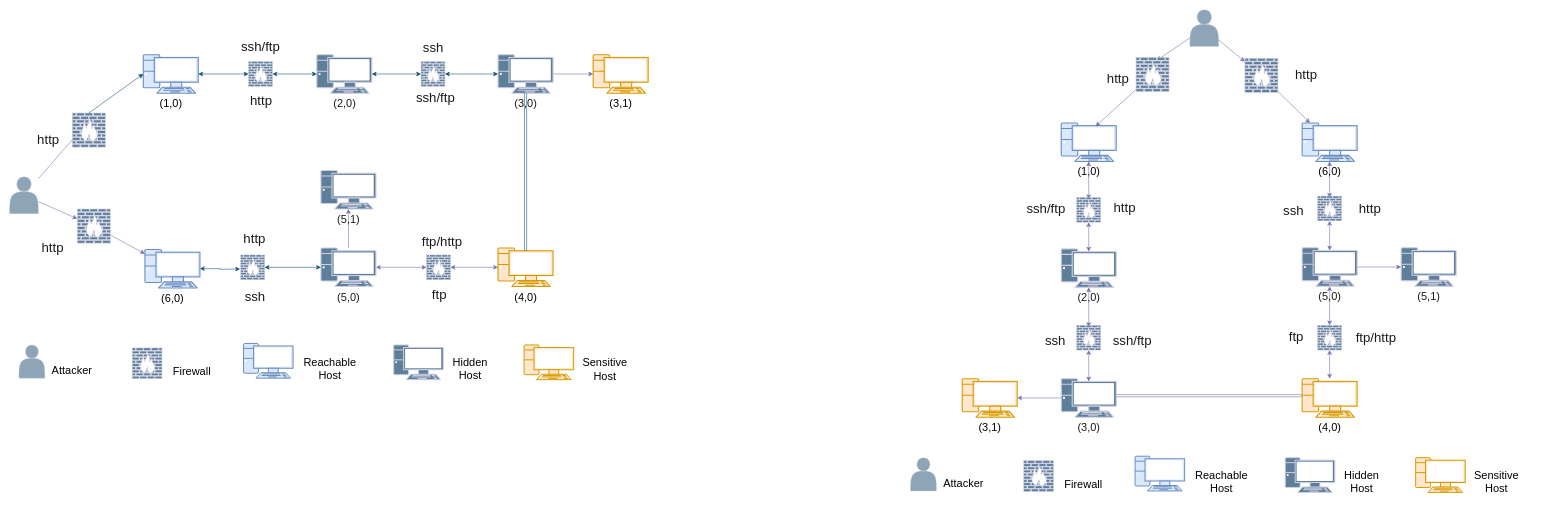
Before: 网络拓扑图.drawio in LaanTuring/MyFirst, a draw.io diagram. Source tidied: cells renumbered, new cells numbered last; positions are measured from the earlier drawing's top-left corner, leaving out a move shared by most shapes. Both pictures are drawn from the tidied source at 55%, with x=0, y=0 at pixel (9, 9).
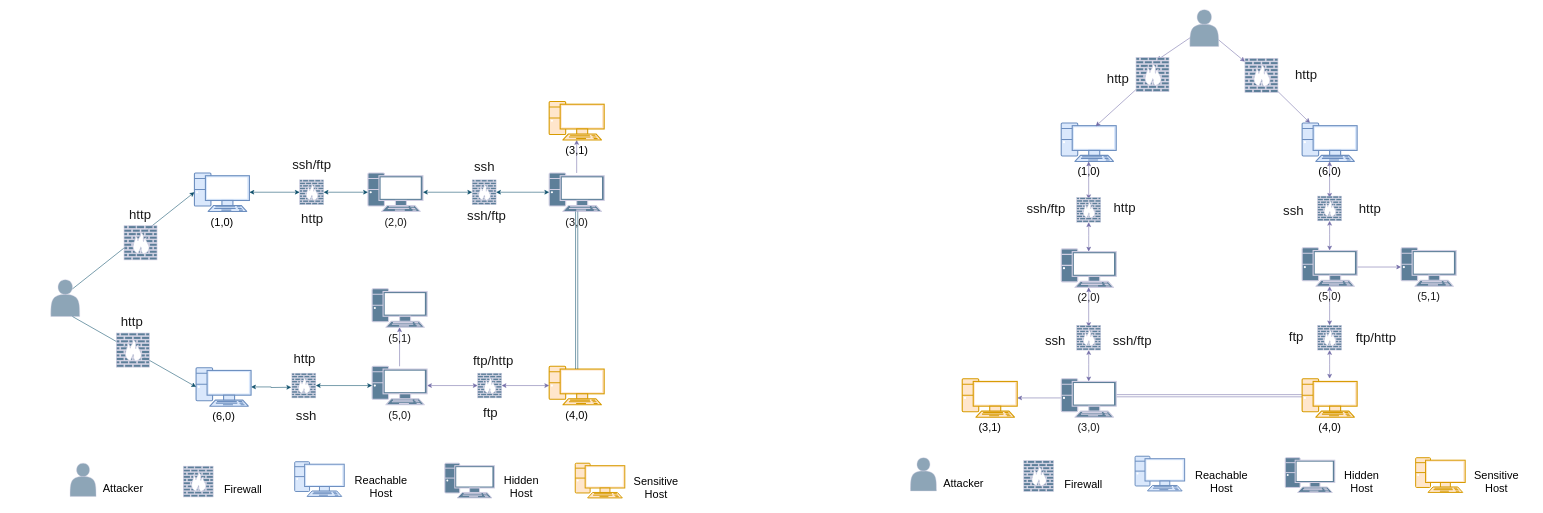
The same diagram, later.

Commit message:
更新网络拓扑图.drawio

Diff of the diagram source:
```diff
@@
-    <mxCell id="53" style="rounded=0;jettySize=auto;html=1;strokeColor=#736CA8;fontColor=#1A1A1A;" parent="1" edge="1" source="68" target="64">
-      <mxGeometry relative="1" as="geometry" />
-    </mxCell>
     <mxCell id="54" style="shape=actor;whiteSpace=wrap;html=1;opacity=70;labelBackgroundColor=none;fillColor=#5D7F99;strokeColor=#D0CEE2;fontColor=#1A1A1A;" parent="1" vertex="1">
-      <mxGeometry y="304" width="52.4" height="67" as="geometry" />
+      <mxGeometry x="75" y="491" width="52.4" height="67" as="geometry" />
     </mxCell>
     <mxCell id="55" value="&lt;font style=&quot;font-size: 20px;&quot;&gt;(1,0)&lt;/font&gt;" style="verticalAlign=top;verticalLabelPosition=bottom;labelPosition=center;align=center;html=1;gradientDirection=north;strokeWidth=2;shape=mxgraph.networks.pc;rounded=1;shadow=0;comic=0;labelBackgroundColor=none;fillColor=#dae8fc;strokeColor=#6c8ebf;" parent="1" vertex="1">
-      <mxGeometry x="243" y="82" width="100" height="70" as="geometry" />
+      <mxGeometry x="336" y="297" width="100" height="70" as="geometry" />
     </mxCell>
     <mxCell id="56" value="&lt;font style=&quot;font-size: 20px;&quot;&gt;(2,0)&lt;/font&gt;" style="verticalAlign=top;verticalLabelPosition=bottom;labelPosition=center;align=center;html=1;gradientDirection=north;strokeWidth=2;shape=mxgraph.networks.pc;rounded=1;shadow=0;comic=0;labelBackgroundColor=none;fillColor=#5D7F99;strokeColor=#D0CEE2;fontColor=#1A1A1A;" parent="1" vertex="1">
-      <mxGeometry x="558.5" y="82" width="100" height="70" as="geometry" />
+      <mxGeometry x="651.5" y="297" width="100" height="70" as="geometry" />
     </mxCell>
@@
     <mxCell id="58" value="&lt;font style=&quot;font-size: 20px;&quot;&gt;(3,0)&lt;/font&gt;" style="verticalAlign=top;verticalLabelPosition=bottom;labelPosition=center;align=center;html=1;gradientDirection=north;strokeWidth=2;shape=mxgraph.networks.pc;rounded=1;shadow=0;comic=0;labelBackgroundColor=none;fillColor=#5D7F99;strokeColor=#D0CEE2;fontColor=#1A1A1A;" parent="1" vertex="1">
-      <mxGeometry x="888" y="82" width="100" height="70" as="geometry" />
+      <mxGeometry x="981" y="297" width="100" height="70" as="geometry" />
     </mxCell>
@@
     <mxCell id="60" value="&lt;font style=&quot;font-size: 20px;&quot;&gt;(4,0)&lt;/font&gt;" style="verticalAlign=top;verticalLabelPosition=bottom;labelPosition=center;align=center;html=1;gradientDirection=north;strokeWidth=2;shape=mxgraph.networks.pc;rounded=1;shadow=0;comic=0;labelBackgroundColor=none;fillColor=#ffe6cc;strokeColor=#d79b00;" parent="1" vertex="1">
-      <mxGeometry x="888" y="433.5" width="100" height="70" as="geometry" />
+      <mxGeometry x="981" y="648.5" width="100" height="70" as="geometry" />
     </mxCell>
@@
     <mxCell id="62" value="&lt;font style=&quot;font-size: 20px;&quot;&gt;(5,0)&lt;/font&gt;" style="verticalAlign=top;verticalLabelPosition=bottom;labelPosition=center;align=center;html=1;gradientDirection=north;strokeWidth=2;shape=mxgraph.networks.pc;rounded=1;shadow=0;comic=0;labelBackgroundColor=none;fillColor=#5D7F99;strokeColor=#D0CEE2;fontColor=#1A1A1A;" parent="1" vertex="1">
-      <mxGeometry x="566" y="433.5" width="100" height="70" as="geometry" />
+      <mxGeometry x="659" y="648.5" width="100" height="70" as="geometry" />
     </mxCell>
     <mxCell id="63" style="edgeStyle=orthogonalEdgeStyle;rounded=0;jettySize=auto;html=1;exitX=1;exitY=0.5;exitDx=0;exitDy=0;exitPerimeter=0;strokeColor=#0B4D6A;startArrow=classic;startFill=1;" parent="1" edge="1" source="64">
       <mxGeometry relative="1" as="geometry">
-        <mxPoint x="419" y="471.6" as="targetPoint" />
+        <mxPoint x="512" y="686.6" as="targetPoint" />
       </mxGeometry>
     </mxCell>
     <mxCell id="64" value="&lt;font style=&quot;font-size: 20px;&quot;&gt;(6,0)&lt;/font&gt;" style="verticalAlign=top;verticalLabelPosition=bottom;labelPosition=center;align=center;html=1;gradientDirection=north;strokeWidth=2;shape=mxgraph.networks.pc;rounded=1;shadow=0;comic=0;labelBackgroundColor=none;fillColor=#dae8fc;strokeColor=#6c8ebf;" parent="1" vertex="1">
-      <mxGeometry x="246" y="436" width="100" height="70" as="geometry" />
+      <mxGeometry x="339" y="651" width="100" height="70" as="geometry" />
     </mxCell>
-    <mxCell id="65" style="rounded=1;jettySize=auto;html=1;entryX=0.626;entryY=0.086;entryDx=0;entryDy=0;entryPerimeter=0;labelBackgroundColor=none;fontColor=default;strokeColor=#736CA8;curved=0;" parent="1" edge="1" source="54" target="66">
-      <mxGeometry relative="1" as="geometry" />
-    </mxCell>
-    <mxCell id="66" style="verticalAlign=top;verticalLabelPosition=bottom;labelPosition=center;align=center;html=1;gradientDirection=north;strokeWidth=2;shape=mxgraph.networks.firewall;rounded=1;shadow=0;comic=0;labelBackgroundColor=none;fillColor=#5D7F99;strokeColor=#D0CEE2;fontColor=#1A1A1A;" parent="1" vertex="1">
-      <mxGeometry x="114" y="188" width="60" height="62" as="geometry" />
-    </mxCell>
-    <mxCell id="67" style="rounded=0;jettySize=auto;html=1;strokeColor=#736CA8;fontColor=#1A1A1A;" parent="1" edge="1" source="54" target="68">
-      <mxGeometry relative="1" as="geometry" />
-    </mxCell>
-    <mxCell id="68" style="verticalAlign=top;verticalLabelPosition=bottom;labelPosition=center;align=center;html=1;gradientDirection=north;strokeWidth=2;shape=mxgraph.networks.firewall;rounded=1;shadow=0;comic=0;labelBackgroundColor=none;fillColor=#5D7F99;strokeColor=#D0CEE2;fontColor=#1A1A1A;" parent="1" vertex="1">
-      <mxGeometry x="123" y="362.5" width="60" height="62" as="geometry" />
-    </mxCell>
     <mxCell id="69" value="&lt;font style=&quot;font-size: 24px;&quot;&gt;http&lt;/font&gt;" style="text;html=1;align=center;verticalAlign=middle;strokeColor=none;fillColor=none;fontColor=#1A1A1A;fontSize=24;" parent="1" vertex="1">
-      <mxGeometry x="41" y="216" width="58" height="41" as="geometry" />
+      <mxGeometry x="208" y="352" width="58" height="41" as="geometry" />
     </mxCell>
     <mxCell id="70" value="&lt;font style=&quot;font-size: 24px;&quot;&gt;http&lt;/font&gt;" style="text;html=1;align=center;verticalAlign=middle;strokeColor=none;fillColor=none;fontColor=#1A1A1A;fontSize=24;" parent="1" vertex="1">
-      <mxGeometry x="428" y="145" width="58" height="41" as="geometry" />
+      <mxGeometry x="521" y="360" width="58" height="41" as="geometry" />
     </mxCell>
     <mxCell id="71" value="&lt;font style=&quot;font-size: 24px;&quot;&gt;ssh/ftp&lt;/font&gt;" style="text;html=1;align=center;verticalAlign=middle;strokeColor=none;fillColor=none;fontColor=#1A1A1A;fontSize=24;" parent="1" vertex="1">
-      <mxGeometry x="729" y="139.5" width="89" height="41" as="geometry" />
+      <mxGeometry x="822" y="354.5" width="89" height="41" as="geometry" />
     </mxCell>
     <mxCell id="72" style="verticalAlign=top;verticalLabelPosition=bottom;labelPosition=center;align=center;html=1;gradientDirection=north;strokeWidth=2;shape=mxgraph.networks.firewall;rounded=1;shadow=0;comic=0;labelBackgroundColor=none;fillColor=#5D7F99;strokeColor=#D0CEE2;fontColor=#1A1A1A;" parent="1" vertex="1">
-      <mxGeometry x="420.2" y="446" width="43.5" height="45" as="geometry" />
+      <mxGeometry x="513.2" y="661" width="43.5" height="45" as="geometry" />
     </mxCell>
     <mxCell id="73" value="&amp;nbsp;" style="verticalAlign=top;verticalLabelPosition=bottom;labelPosition=center;align=center;html=1;gradientDirection=north;strokeWidth=2;shape=mxgraph.networks.firewall;rounded=1;shadow=0;comic=0;labelBackgroundColor=none;fillColor=#5D7F99;strokeColor=#D0CEE2;fontColor=#1A1A1A;" parent="1" vertex="1">
-      <mxGeometry x="434.4" y="94.5" width="43.5" height="45" as="geometry" />
+      <mxGeometry x="527.4" y="309.5" width="43.5" height="45" as="geometry" />
     </mxCell>
     <mxCell id="74" style="verticalAlign=top;verticalLabelPosition=bottom;labelPosition=center;align=center;html=1;gradientDirection=north;strokeWidth=2;shape=mxgraph.networks.firewall;rounded=1;shadow=0;comic=0;labelBackgroundColor=none;fillColor=#5D7F99;strokeColor=#D0CEE2;fontColor=#1A1A1A;" parent="1" vertex="1">
-      <mxGeometry x="748" y="94.5" width="43.5" height="45" as="geometry" />
+      <mxGeometry x="841" y="309.5" width="43.5" height="45" as="geometry" />
     </mxCell>
@@
     <mxCell id="76" style="verticalAlign=top;verticalLabelPosition=bottom;labelPosition=center;align=center;html=1;gradientDirection=north;strokeWidth=2;shape=mxgraph.networks.firewall;rounded=1;shadow=0;comic=0;labelBackgroundColor=none;fillColor=#5D7F99;strokeColor=#D0CEE2;fontColor=#1A1A1A;" parent="1" vertex="1">
-      <mxGeometry x="758" y="446" width="43.5" height="45" as="geometry" />
+      <mxGeometry x="851" y="661" width="43.5" height="45" as="geometry" />
     </mxCell>
     <mxCell id="77" value="&lt;font style=&quot;font-size: 24px;&quot;&gt;http&lt;/font&gt;" style="text;html=1;align=center;verticalAlign=middle;strokeColor=none;fillColor=none;fontColor=#1A1A1A;fontSize=24;" parent="1" vertex="1">
-      <mxGeometry x="49" y="413" width="58" height="41" as="geometry" />
+      <mxGeometry x="193" y="547" width="58" height="41" as="geometry" />
     </mxCell>
     <mxCell id="78" value="&lt;font style=&quot;font-size: 24px;&quot;&gt;ssh&lt;/font&gt;" style="text;html=1;align=center;verticalAlign=middle;strokeColor=none;fillColor=none;fontColor=#1A1A1A;fontSize=24;" parent="1" vertex="1">
-      <mxGeometry x="418" y="502" width="55" height="41" as="geometry" />
+      <mxGeometry x="511" y="717" width="55" height="41" as="geometry" />
     </mxCell>
     <mxCell id="79" value="&lt;font style=&quot;font-size: 24px;&quot;&gt;ssh/ftp&lt;/font&gt;" style="text;html=1;align=center;verticalAlign=middle;strokeColor=none;fillColor=none;fontColor=#1A1A1A;fontSize=24;" parent="1" vertex="1">
-      <mxGeometry x="411.7" y="47" width="89" height="41" as="geometry" />
+      <mxGeometry x="504.7" y="262" width="89" height="41" as="geometry" />
     </mxCell>
     <mxCell id="80" value="&lt;font style=&quot;font-size: 24px;&quot;&gt;ftp/http&lt;/font&gt;" style="text;html=1;align=center;verticalAlign=middle;strokeColor=none;fillColor=none;fontColor=#1A1A1A;fontSize=24;" parent="1" vertex="1">
-      <mxGeometry x="740.3" y="401" width="91" height="41" as="geometry" />
+      <mxGeometry x="833.3" y="618" width="91" height="41" as="geometry" />
     </mxCell>
     <mxCell id="81" value="&lt;font style=&quot;font-size: 24px;&quot;&gt;ftp&lt;/font&gt;" style="text;html=1;align=center;verticalAlign=middle;strokeColor=none;fillColor=none;fontColor=#1A1A1A;fontSize=24;" parent="1" vertex="1">
-      <mxGeometry x="758" y="498" width="45" height="41" as="geometry" />
+      <mxGeometry x="851" y="713" width="45" height="41" as="geometry" />
     </mxCell>
     <mxCell id="82" value="&lt;font style=&quot;font-size: 24px;&quot;&gt;ssh&lt;/font&gt;" style="text;html=1;align=center;verticalAlign=middle;strokeColor=none;fillColor=none;fontColor=#1A1A1A;fontSize=24;" parent="1" vertex="1">
-      <mxGeometry x="742.3" y="49" width="55" height="41" as="geometry" />
+      <mxGeometry x="835.3" y="264" width="55" height="41" as="geometry" />
     </mxCell>
     <mxCell id="83" value="&lt;font style=&quot;font-size: 24px;&quot;&gt;http&lt;/font&gt;" style="text;html=1;align=center;verticalAlign=middle;strokeColor=none;fillColor=none;fontColor=#1A1A1A;fontSize=24;" parent="1" vertex="1">
-      <mxGeometry x="416" y="396" width="58" height="41" as="geometry" />
+      <mxGeometry x="507" y="614" width="58" height="41" as="geometry" />
     </mxCell>
     <mxCell id="84" value="&lt;font style=&quot;font-size: 20px;&quot;&gt;(5,1)&lt;/font&gt;" style="verticalAlign=top;verticalLabelPosition=bottom;labelPosition=center;align=center;html=1;gradientDirection=north;strokeWidth=2;shape=mxgraph.networks.pc;rounded=1;shadow=0;comic=0;labelBackgroundColor=none;fillColor=#5D7F99;strokeColor=#D0CEE2;fontColor=#1A1A1A;" parent="1" vertex="1">
-      <mxGeometry x="566" y="292.5" width="100" height="70" as="geometry" />
+      <mxGeometry x="659" y="507.5" width="100" height="70" as="geometry" />
     </mxCell>
     <mxCell id="85" value="&lt;font style=&quot;font-size: 20px;&quot;&gt;(3,1)&lt;/font&gt;" style="verticalAlign=top;verticalLabelPosition=bottom;labelPosition=center;align=center;html=1;gradientDirection=north;strokeWidth=2;shape=mxgraph.networks.pc;rounded=1;shadow=0;comic=0;labelBackgroundColor=none;fillColor=#ffe6cc;strokeColor=#d79b00;" parent="1" vertex="1">
-      <mxGeometry x="1061" y="82" width="100" height="70" as="geometry" />
+      <mxGeometry x="981" y="167" width="100" height="70" as="geometry" />
     </mxCell>
     <mxCell id="86" style="group;fontSize=20;" parent="1" vertex="1">
-      <mxGeometry x="17" y="607" width="1133.5" height="74.9" as="geometry" />
+      <mxGeometry x="110" y="822" width="1133.5" height="74.9" as="geometry" />
     </mxCell>
@@
-    <mxCell id="97" style="rounded=0;jettySize=auto;html=1;exitX=0.5;exitY=0;exitDx=0;exitDy=0;exitPerimeter=0;entryX=0;entryY=0.5;entryDx=0;entryDy=0;entryPerimeter=0;strokeColor=#0B4D6A;" parent="1" edge="1" source="66" target="55">
-      <mxGeometry relative="1" as="geometry" />
-    </mxCell>
@@
+    <mxCell id="104" style="rounded=0;jettySize=auto;html=1;exitX=0.75;exitY=0.25;exitDx=0;exitDy=0;exitPerimeter=0;entryX=0;entryY=0.5;entryDx=0;entryDy=0;entryPerimeter=0;strokeColor=#0B4D6A;" parent="1" edge="1" source="54" target="55">
+      <mxGeometry relative="1" as="geometry" />
+    </mxCell>
+    <mxCell id="105" style="verticalAlign=top;verticalLabelPosition=bottom;labelPosition=center;align=center;html=1;gradientDirection=north;strokeWidth=2;shape=mxgraph.networks.firewall;rounded=1;shadow=0;comic=0;labelBackgroundColor=none;fillColor=#5D7F99;strokeColor=#D0CEE2;fontColor=#1A1A1A;" parent="1" vertex="1">
+      <mxGeometry x="208" y="393" width="60" height="62" as="geometry" />
+    </mxCell>
+    <mxCell id="106" style="rounded=0;jettySize=auto;html=1;exitX=0.75;exitY=1;exitDx=0;exitDy=0;entryX=0;entryY=0.5;entryDx=0;entryDy=0;entryPerimeter=0;strokeColor=#0B4D6A;" parent="1" edge="1" source="54" target="64">
+      <mxGeometry relative="1" as="geometry" />
+    </mxCell>
+    <mxCell id="107" style="verticalAlign=top;verticalLabelPosition=bottom;labelPosition=center;align=center;html=1;gradientDirection=north;strokeWidth=2;shape=mxgraph.networks.firewall;rounded=1;shadow=0;comic=0;labelBackgroundColor=none;fillColor=#5D7F99;strokeColor=#D0CEE2;fontColor=#1A1A1A;" parent="1" vertex="1">
+      <mxGeometry x="194" y="588" width="60" height="62" as="geometry" />
+    </mxCell>
```
